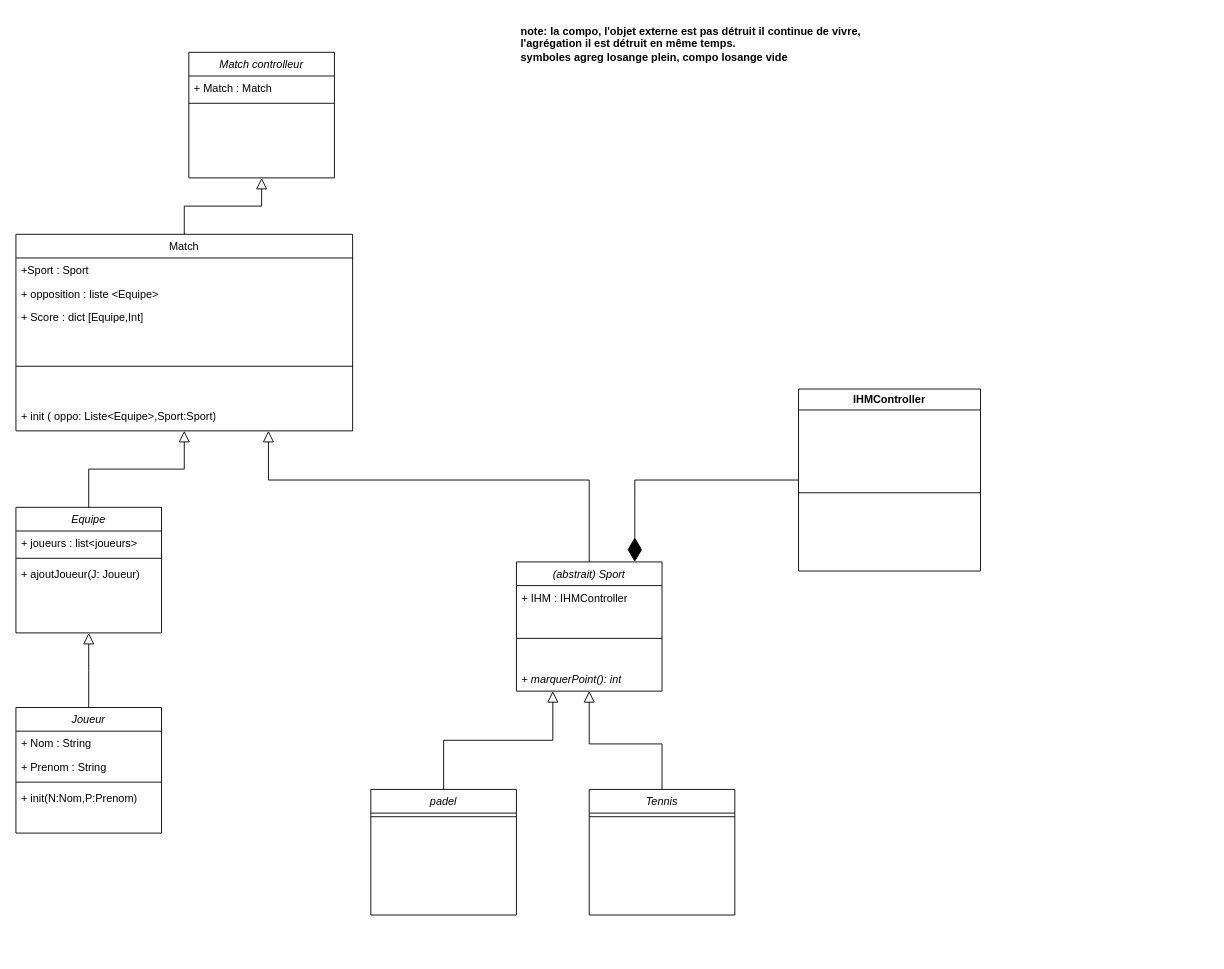
Earlier version of the draw.io diagram Docs/projet_raspberry_compteur.drawio (canigou101/compteur-points-rasp). Source tidied: cells renumbered, new cells numbered last; positions are measured from the earlier drawing's top-left corner, leaving out a move shared by most shapes. Both pictures are drawn from the tidied source at 91%, with x=0, y=0 at pixel (15, 15).
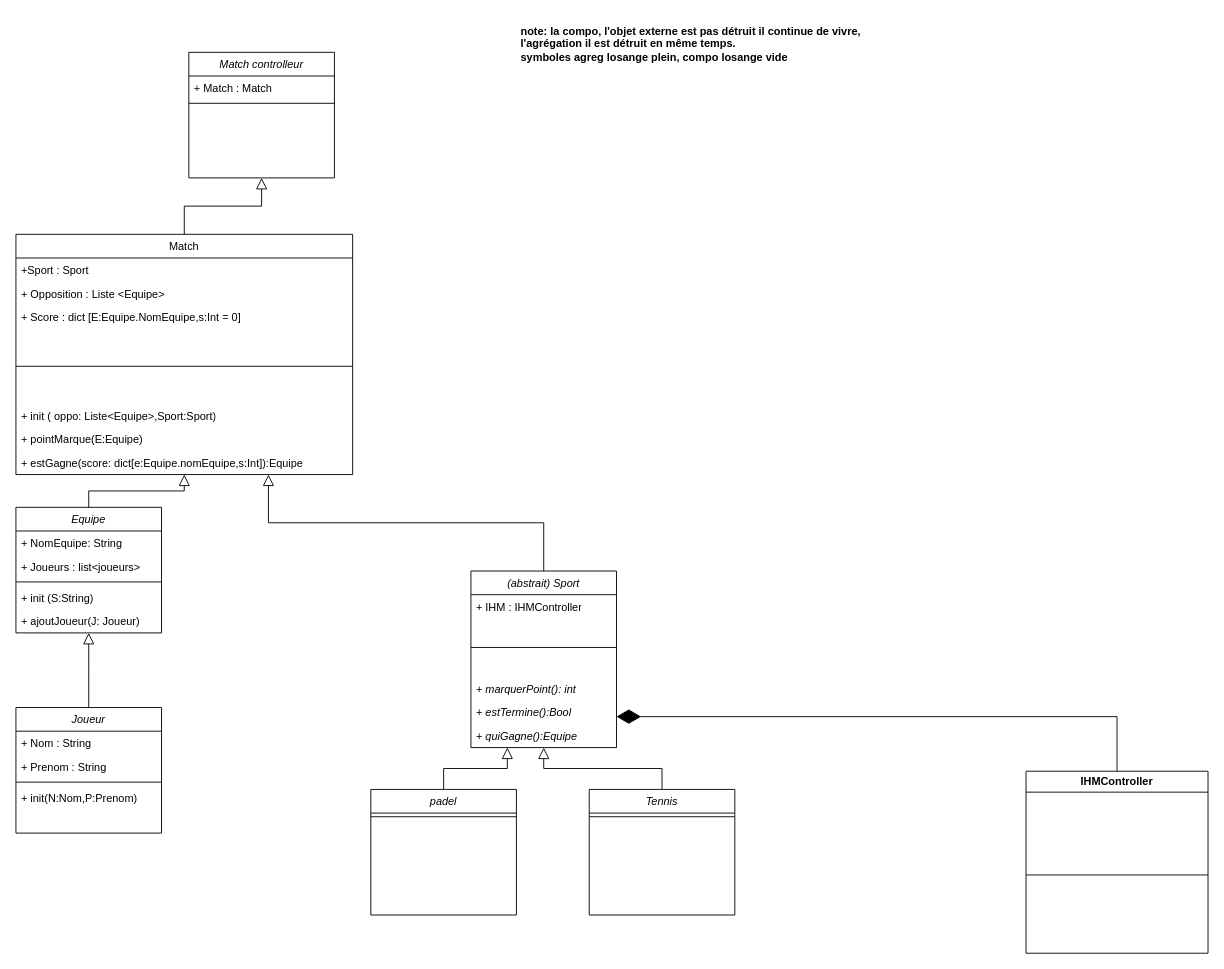
Above is the later version.

Commit message:
modif diagramme de classe

Unchanged cells that the change refers to:
```xml
<mxCell id="12" value="Equipe" style="swimlane;fontStyle=2;align=center;verticalAlign=top;horizontal=1;startSize=26;rounded=0;shadow=0;strokeWidth=1;" parent="1" vertex="1">
  <mxGeometry y="540" width="160" height="138" as="geometry" />
</mxCell>
<mxCell id="27" value="Tennis" style="swimlane;fontStyle=2;align=center;verticalAlign=top;horizontal=1;startSize=26;rounded=0;shadow=0;strokeWidth=1;" parent="1" vertex="1">
  <mxGeometry x="630" y="850" width="160" height="138" as="geometry" />
</mxCell>
```

What changed in the source:
```diff
@@
     <mxCell id="5" value="Match" style="swimlane;fontStyle=0;align=center;verticalAlign=top;horizontal=1;startSize=26;rounded=0;shadow=0;strokeWidth=1;" parent="1" vertex="1">
-      <mxGeometry y="240" width="370" height="216" as="geometry" />
+      <mxGeometry y="240" width="370" height="264" as="geometry" />
     </mxCell>
@@
-    <mxCell id="7" value="+ opposition : liste &lt;Equipe&gt;" style="text;align=left;verticalAlign=top;spacingLeft=4;spacingRight=4;overflow=hidden;rounded=0;shadow=0;html=0;" parent="5" vertex="1">
+    <mxCell id="7" value="+ Opposition : Liste &lt;Equipe&gt;" style="text;align=left;verticalAlign=top;spacingLeft=4;spacingRight=4;overflow=hidden;rounded=0;shadow=0;html=0;" parent="5" vertex="1">
       <mxGeometry y="52" width="370" height="26" as="geometry" />
     </mxCell>
-    <mxCell id="8" value="+ Score : dict [Equipe,Int]" style="text;strokeColor=none;fillColor=none;align=left;verticalAlign=top;spacingLeft=4;spacingRight=4;overflow=hidden;whiteSpace=wrap;html=1;" parent="5" vertex="1">
+    <mxCell id="8" value="+ Score : dict [E:Equipe.NomEquipe,s:Int = 0]" style="text;strokeColor=none;fillColor=none;align=left;verticalAlign=top;spacingLeft=4;spacingRight=4;overflow=hidden;whiteSpace=wrap;html=1;" parent="5" vertex="1">
       <mxGeometry y="78" width="370" height="26" as="geometry" />
     </mxCell>
@@
+    <mxCell id="38" value="+ pointMarque(E:Equipe)" style="text;strokeColor=none;fillColor=none;align=left;verticalAlign=top;spacingLeft=4;spacingRight=4;overflow=hidden;whiteSpace=wrap;html=1;" parent="5" vertex="1">
+      <mxGeometry y="212" width="370" height="26" as="geometry" />
+    </mxCell>
+    <mxCell id="39" value="+ estGagne(score: dict[e:Equipe.nomEquipe,s:Int]):Equipe" style="text;strokeColor=none;fillColor=none;align=left;verticalAlign=top;spacingLeft=4;spacingRight=4;overflow=hidden;whiteSpace=wrap;html=1;" parent="5" vertex="1">
+      <mxGeometry y="238" width="370" height="26" as="geometry" />
+    </mxCell>
@@
+    <mxCell id="40" value="+ NomEquipe: String" style="text;strokeColor=none;fillColor=none;align=left;verticalAlign=top;spacingLeft=4;spacingRight=4;overflow=hidden;whiteSpace=wrap;html=1;" parent="12" vertex="1">
+      <mxGeometry y="26" width="160" height="26" as="geometry" />
+    </mxCell>
-    <mxCell id="13" value="+ joueurs : list&lt;joueurs&gt;" style="text;align=left;verticalAlign=top;spacingLeft=4;spacingRight=4;overflow=hidden;" parent="12" vertex="1">
-      <mxGeometry y="26" width="160" height="26" as="geometry" />
+    <mxCell id="13" value="+ Joueurs : list&lt;joueurs&gt;" style="text;align=left;verticalAlign=top;spacingLeft=4;spacingRight=4;overflow=hidden;" parent="12" vertex="1">
+      <mxGeometry y="52" width="160" height="26" as="geometry" />
     </mxCell>
     <mxCell id="14" style="line;html=1;strokeWidth=1;align=left;verticalAlign=middle;spacingTop=-1;spacingLeft=3;spacingRight=3;labelPosition=right;" parent="12" vertex="1">
-      <mxGeometry y="52" width="160" height="8" as="geometry" />
+      <mxGeometry y="78" width="160" height="8" as="geometry" />
     </mxCell>
+    <mxCell id="41" value="+ init (S:String)" style="text;align=left;verticalAlign=top;spacingLeft=4;spacingRight=4;overflow=hidden;whiteSpace=wrap;html=1;" parent="12" vertex="1">
+      <mxGeometry y="86" width="160" height="26" as="geometry" />
+    </mxCell>
     <mxCell id="15" value="+ ajoutJoueur(J: Joueur)&amp;nbsp;" style="text;strokeColor=none;fillColor=none;align=left;verticalAlign=top;spacingLeft=4;spacingRight=4;overflow=hidden;whiteSpace=wrap;html=1;" parent="12" vertex="1">
-      <mxGeometry y="60" width="160" height="26" as="geometry" />
+      <mxGeometry y="112" width="160" height="26" as="geometry" />
     </mxCell>
@@
     <mxCell id="21" value="(abstrait) Sport" style="swimlane;fontStyle=2;align=center;verticalAlign=top;horizontal=1;startSize=26;rounded=0;shadow=0;strokeWidth=1;" parent="1" vertex="1">
-      <mxGeometry x="550" y="600" width="160" height="142" as="geometry" />
+      <mxGeometry x="500" y="610" width="160" height="194" as="geometry" />
     </mxCell>
@@
+    <mxCell id="42" value="+ &lt;i&gt;estTermine():Bool&lt;/i&gt;" style="text;strokeColor=none;fillColor=none;align=left;verticalAlign=top;spacingLeft=4;spacingRight=4;overflow=hidden;whiteSpace=wrap;html=1;" parent="21" vertex="1">
+      <mxGeometry y="142" width="160" height="26" as="geometry" />
+    </mxCell>
+    <mxCell id="43" value="+&lt;i&gt;&amp;nbsp;quiGagne():Equipe&lt;/i&gt;" style="text;strokeColor=none;fillColor=none;align=left;verticalAlign=top;spacingLeft=4;spacingRight=4;overflow=hidden;whiteSpace=wrap;html=1;" parent="21" vertex="1">
+      <mxGeometry y="168" width="160" height="26" as="geometry" />
+    </mxCell>
@@
     <mxCell id="31" style="endArrow=block;endSize=10;endFill=0;shadow=0;strokeWidth=1;rounded=0;curved=0;edgeStyle=elbowEdgeStyle;elbow=vertical;entryX=0.5;entryY=1;entryDx=0;entryDy=0;exitX=0.5;exitY=0;exitDx=0;exitDy=0;" parent="1" edge="1" source="27" target="21">
-      <mxGeometry relative="1" as="geometry">
-        <Array as="points">
-          <mxPoint x="670" y="800" />
-        </Array>
-      </mxGeometry>
+      <mxGeometry relative="1" as="geometry" />
     </mxCell>
@@
     <mxCell id="33" style="endArrow=block;endSize=10;endFill=0;shadow=0;strokeWidth=1;rounded=0;curved=0;edgeStyle=elbowEdgeStyle;elbow=vertical;entryX=0.75;entryY=1;entryDx=0;entryDy=0;exitX=0.5;exitY=0;exitDx=0;exitDy=0;" parent="1" edge="1" source="21" target="5">
-      <mxGeometry relative="1" as="geometry">
-        <Array as="points">
-          <mxPoint x="430" y="510" />
-        </Array>
-      </mxGeometry>
+      <mxGeometry relative="1" as="geometry" />
     </mxCell>
     <mxCell id="34" value="IHMController" style="swimlane;whiteSpace=wrap;html=1;" parent="1" vertex="1">
-      <mxGeometry x="860" y="410" width="200" height="200" as="geometry" />
+      <mxGeometry x="1110" y="830" width="200" height="200" as="geometry" />
     </mxCell>
@@
+    <mxCell id="37" value="note: la compo, l'objet externe est pas détruit il continue de vivre,&amp;nbsp;&lt;div&gt;l'agrégation il est détruit en même temps.&amp;nbsp;&lt;/div&gt;&lt;div&gt;symboles agreg losange plein, compo losange vide&amp;nbsp;&amp;nbsp;&lt;/div&gt;" style="text;align=left;fontStyle=1;verticalAlign=middle;spacingLeft=3;spacingRight=3;strokeColor=none;html=1;" parent="1" vertex="1">
+      <mxGeometry x="550" width="380" height="61" as="geometry" />
+    </mxCell>
-    <mxCell id="36" style="endArrow=diamondThin;endFill=1;endSize=24;html=1;rounded=0;defaultLabelBackgroundColor=page;exitX=0;exitY=0.5;exitDx=0;exitDy=0;edgeStyle=orthogonalEdgeStyle;entryX=0.813;entryY=0;entryDx=0;entryDy=0;entryPerimeter=0;" parent="1" edge="1" source="34" target="21">
-      <mxGeometry relative="1" as="geometry" />
+    <mxCell id="36" style="endArrow=diamondThin;endFill=1;endSize=24;html=1;rounded=0;edgeStyle=orthogonalEdgeStyle;" parent="1" edge="1" source="34" target="21">
+      <mxGeometry x="-0.07" relative="1" as="geometry">
+        <Array as="points">
+          <mxPoint x="1210" y="770" />
+        </Array>
+      </mxGeometry>
     </mxCell>
-    <mxCell id="37" value="note: la compo, l'objet externe est pas détruit il continue de vivre,&amp;nbsp;&lt;div&gt;l'agrégation il est détruit en même temps.&amp;nbsp;&lt;/div&gt;&lt;div&gt;symboles agreg losange plein, compo losange vide&amp;nbsp;&amp;nbsp;&lt;/div&gt;" style="text;align=left;fontStyle=1;verticalAlign=middle;spacingLeft=3;spacingRight=3;strokeColor=none;html=1;" parent="1" vertex="1">
-      <mxGeometry x="550" width="380" height="61" as="geometry" />
-    </mxCell>
```
